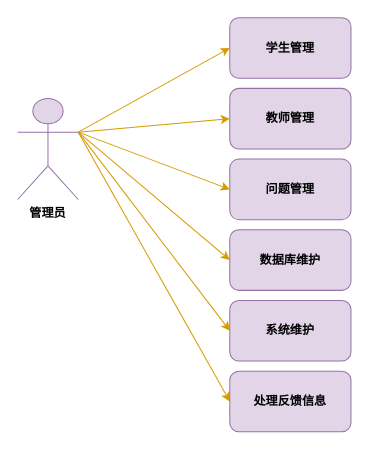
ov0-0vo/1 keeps this draw.io diagram as 管理员用例图.drawio. Above is the earlier version. Source tidied: cells renumbered, new cells numbered last; positions are measured from the earlier drawing's top-left corner, leaving out a move shared by most shapes. Both pictures are drawn from the tidied source at 101%, with x=0, y=0 at pixel (17, 17).
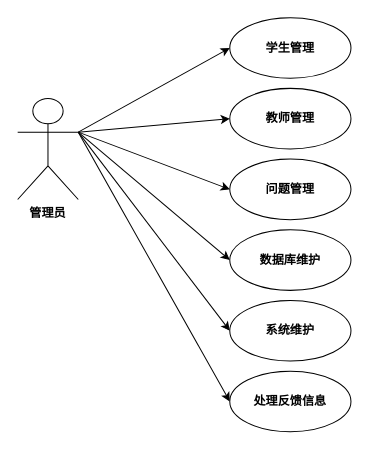
Above is the later version.

Commit message:
更新管理员用例图.drawio

Change to the diagram source:
```diff
@@
 <mxGraphModel>
   <root>
     <mxCell id="0" />
     <mxCell id="1" parent="0" />
-    <mxCell id="2" value="学生管理" style="rounded=1;whiteSpace=wrap;html=1;fillColor=#e1d5e7;strokeColor=#9673a6;fontFamily=Times New Roman;fontStyle=1;" parent="1" vertex="1">
+    <mxCell id="2" value="学生管理" style="rounded=1;whiteSpace=wrap;html=1;fontFamily=Helvetica;fontStyle=1;shape=ellipse;perimeter=ellipsePerimeter;" parent="1" vertex="1">
       <mxGeometry x="210" width="120" height="60" as="geometry" />
     </mxCell>
-    <mxCell id="3" style="rounded=0;jettySize=auto;html=1;entryX=0;entryY=0.5;entryDx=0;entryDy=0;fillColor=#ffe6cc;strokeColor=#D79B00;" parent="1" edge="1" source="9" target="2">
+    <mxCell id="3" style="rounded=0;jettySize=auto;html=1;entryX=0;entryY=0.5;entryDx=0;entryDy=0;" parent="1" edge="1" source="9" target="2">
       <mxGeometry relative="1" as="geometry" />
     </mxCell>
-    <mxCell id="4" style="edgeStyle=none;shape=connector;rounded=0;jettySize=auto;html=1;entryX=0;entryY=0.5;entryDx=0;entryDy=0;labelBackgroundColor=default;strokeColor=#d79b00;fontFamily=Helvetica;fontSize=12;fontColor=default;endArrow=classic;fillColor=#ffe6cc;exitX=1;exitY=0.3333333333333333;exitDx=0;exitDy=0;exitPerimeter=0;" parent="1" edge="1" source="9" target="10">
+    <mxCell id="4" style="edgeStyle=none;shape=connector;rounded=0;jettySize=auto;html=1;entryX=0;entryY=0.5;entryDx=0;entryDy=0;labelBackgroundColor=default;fontFamily=Helvetica;fontSize=12;fontColor=default;endArrow=classic;exitX=1;exitY=0.3333333333333333;exitDx=0;exitDy=0;exitPerimeter=0;" parent="1" edge="1" source="9" target="10">
       <mxGeometry relative="1" as="geometry" />
     </mxCell>
-    <mxCell id="5" style="edgeStyle=none;shape=connector;rounded=0;jettySize=auto;html=1;labelBackgroundColor=default;strokeColor=#d79b00;fontFamily=Helvetica;fontSize=12;fontColor=default;endArrow=classic;fillColor=#ffe6cc;entryX=0;entryY=0.5;entryDx=0;entryDy=0;exitX=1;exitY=0.3333333333333333;exitDx=0;exitDy=0;exitPerimeter=0;" parent="1" edge="1" source="9" target="11">
+    <mxCell id="5" style="edgeStyle=none;shape=connector;rounded=0;jettySize=auto;html=1;labelBackgroundColor=default;fontFamily=Helvetica;fontSize=12;fontColor=default;endArrow=classic;entryX=0;entryY=0.5;entryDx=0;entryDy=0;exitX=1;exitY=0.3333333333333333;exitDx=0;exitDy=0;exitPerimeter=0;" parent="1" edge="1" source="9" target="11">
       <mxGeometry relative="1" as="geometry" />
     </mxCell>
-    <mxCell id="6" style="edgeStyle=none;shape=connector;rounded=0;jettySize=auto;html=1;entryX=0;entryY=0.5;entryDx=0;entryDy=0;labelBackgroundColor=default;strokeColor=#d79b00;fontFamily=Helvetica;fontSize=12;fontColor=default;endArrow=classic;fillColor=#ffe6cc;exitX=1;exitY=0.3333333333333333;exitDx=0;exitDy=0;exitPerimeter=0;" parent="1" edge="1" source="9" target="12">
+    <mxCell id="6" style="edgeStyle=none;shape=connector;rounded=0;jettySize=auto;html=1;entryX=0;entryY=0.5;entryDx=0;entryDy=0;labelBackgroundColor=default;fontFamily=Helvetica;fontSize=12;fontColor=default;endArrow=classic;exitX=1;exitY=0.3333333333333333;exitDx=0;exitDy=0;exitPerimeter=0;" parent="1" edge="1" source="9" target="12">
       <mxGeometry relative="1" as="geometry" />
     </mxCell>
-    <mxCell id="7" style="edgeStyle=none;shape=connector;rounded=0;jettySize=auto;html=1;exitX=1;exitY=0.3333333333333333;exitDx=0;exitDy=0;exitPerimeter=0;entryX=0;entryY=0.5;entryDx=0;entryDy=0;labelBackgroundColor=default;strokeColor=#d79b00;fontFamily=Helvetica;fontSize=12;fontColor=default;endArrow=classic;fillColor=#ffe6cc;" parent="1" edge="1" source="9" target="13">
+    <mxCell id="7" style="edgeStyle=none;shape=connector;rounded=0;jettySize=auto;html=1;exitX=1;exitY=0.3333333333333333;exitDx=0;exitDy=0;exitPerimeter=0;entryX=0;entryY=0.5;entryDx=0;entryDy=0;labelBackgroundColor=default;fontFamily=Helvetica;fontSize=12;fontColor=default;endArrow=classic;" parent="1" edge="1" source="9" target="13">
       <mxGeometry relative="1" as="geometry" />
     </mxCell>
-    <mxCell id="8" style="edgeStyle=none;shape=connector;rounded=0;jettySize=auto;html=1;exitX=1;exitY=0.3333333333333333;exitDx=0;exitDy=0;exitPerimeter=0;entryX=0;entryY=0.5;entryDx=0;entryDy=0;labelBackgroundColor=default;strokeColor=#D79B00;fontFamily=Helvetica;fontSize=11;fontColor=default;endArrow=classic;fillColor=#ffe6cc;" parent="1" edge="1" source="9" target="14">
+    <mxCell id="8" style="edgeStyle=none;shape=connector;rounded=0;jettySize=auto;html=1;exitX=1;exitY=0.3333333333333333;exitDx=0;exitDy=0;exitPerimeter=0;entryX=0;entryY=0.5;entryDx=0;entryDy=0;labelBackgroundColor=default;fontFamily=Helvetica;fontSize=11;fontColor=default;endArrow=classic;" parent="1" edge="1" source="9" target="14">
       <mxGeometry relative="1" as="geometry" />
     </mxCell>
-    <mxCell id="9" value="管理员" style="shape=umlActor;verticalLabelPosition=bottom;verticalAlign=top;outlineConnect=0;labelBackgroundColor=none;fillColor=#e1d5e7;strokeColor=#9673a6;fontStyle=1;strokeWidth=1;fontFamily=Times New Roman;" parent="1" vertex="1">
+    <mxCell id="9" value="管理员" style="shape=umlActor;verticalLabelPosition=bottom;verticalAlign=top;outlineConnect=0;labelBackgroundColor=none;fontStyle=1;strokeWidth=1;fontFamily=Times New Roman;" parent="1" vertex="1">
       <mxGeometry y="80" width="60" height="100" as="geometry" />
     </mxCell>
-    <mxCell id="10" value="问题管理" style="rounded=1;whiteSpace=wrap;html=1;fillColor=#e1d5e7;strokeColor=#9673a6;fontFamily=Times New Roman;fontStyle=1;" parent="1" vertex="1">
+    <mxCell id="10" value="问题管理" style="rounded=1;whiteSpace=wrap;html=1;fontFamily=Helvetica;fontStyle=1;shape=ellipse;perimeter=ellipsePerimeter;" parent="1" vertex="1">
       <mxGeometry x="210" y="140" width="120" height="60" as="geometry" />
     </mxCell>
-    <mxCell id="11" value="系统维护" style="rounded=1;whiteSpace=wrap;html=1;fillColor=#e1d5e7;strokeColor=#9673a6;fontFamily=Times New Roman;fontStyle=1;" parent="1" vertex="1">
+    <mxCell id="11" value="系统维护" style="rounded=1;whiteSpace=wrap;html=1;fontFamily=Helvetica;fontStyle=1;shape=ellipse;perimeter=ellipsePerimeter;" parent="1" vertex="1">
       <mxGeometry x="210" y="280" width="120" height="60" as="geometry" />
     </mxCell>
-    <mxCell id="12" value="处理反馈信息" style="rounded=1;whiteSpace=wrap;html=1;fillColor=#e1d5e7;strokeColor=#9673a6;fontFamily=Times New Roman;fontStyle=1;" parent="1" vertex="1">
+    <mxCell id="12" value="处理反馈信息" style="rounded=1;whiteSpace=wrap;html=1;fontFamily=Helvetica;fontStyle=1;shape=ellipse;perimeter=ellipsePerimeter;" parent="1" vertex="1">
       <mxGeometry x="210" y="350" width="120" height="60" as="geometry" />
     </mxCell>
-    <mxCell id="13" value="数据库维护" style="rounded=1;whiteSpace=wrap;html=1;fillColor=#e1d5e7;strokeColor=#9673a6;fontFamily=Times New Roman;fontStyle=1;" parent="1" vertex="1">
+    <mxCell id="13" value="数据库维护" style="rounded=1;whiteSpace=wrap;html=1;fontFamily=Helvetica;fontStyle=1;shape=ellipse;perimeter=ellipsePerimeter;" parent="1" vertex="1">
       <mxGeometry x="210" y="210" width="120" height="60" as="geometry" />
     </mxCell>
-    <mxCell id="14" value="教师管理" style="rounded=1;whiteSpace=wrap;html=1;fillColor=#e1d5e7;strokeColor=#9673a6;fontFamily=Times New Roman;fontStyle=1;" parent="1" vertex="1">
+    <mxCell id="14" value="教师管理" style="rounded=1;whiteSpace=wrap;html=1;fontFamily=Helvetica;fontStyle=1;shape=ellipse;perimeter=ellipsePerimeter;" parent="1" vertex="1">
       <mxGeometry x="210" y="70" width="120" height="60" as="geometry" />
     </mxCell>
   </root>
 </mxGraphModel>
```
